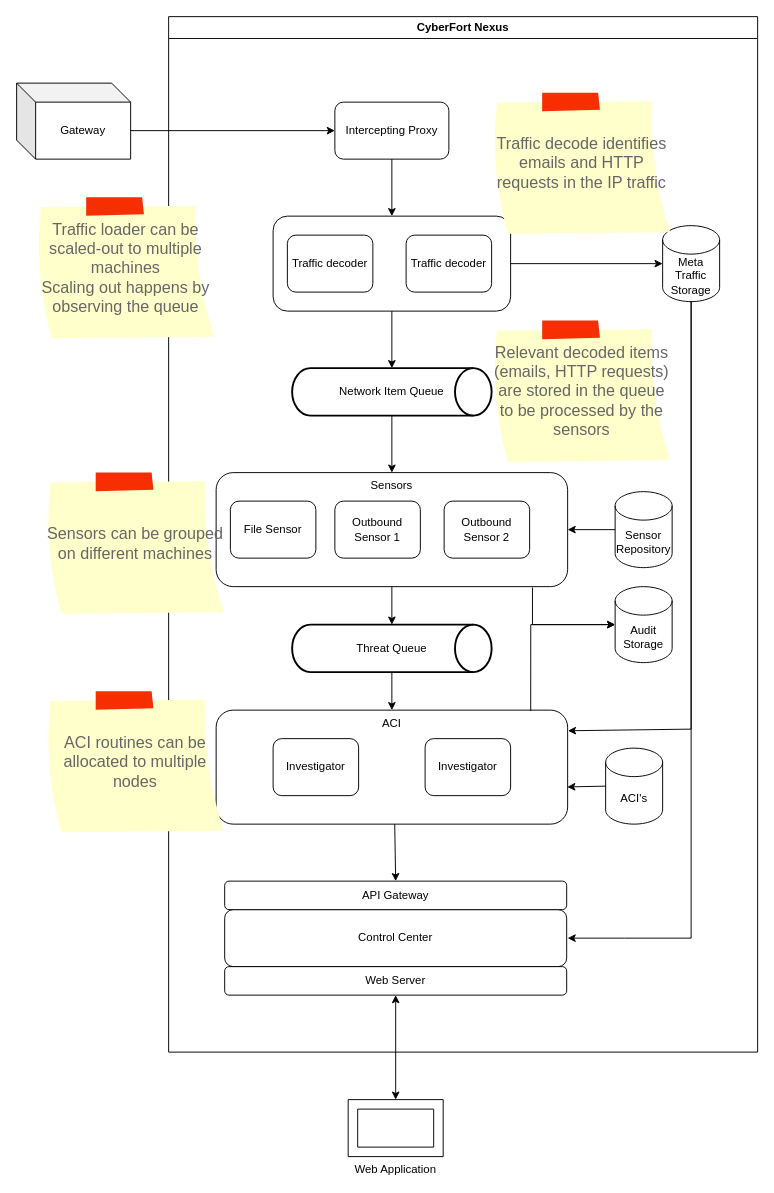
anhoppe/ArchitectureTraining keeps this draw.io diagram as page "Development View" (2 of 7) of diagrams/CyberFortNexus.drawio. Above is the earlier version. Source tidied: cells renumbered, new cells numbered last; positions are measured from the earlier drawing's top-left corner, leaving out a move shared by most shapes. Both pictures are drawn from the tidied source at 95%, with x=0, y=0 at pixel (16, 16).
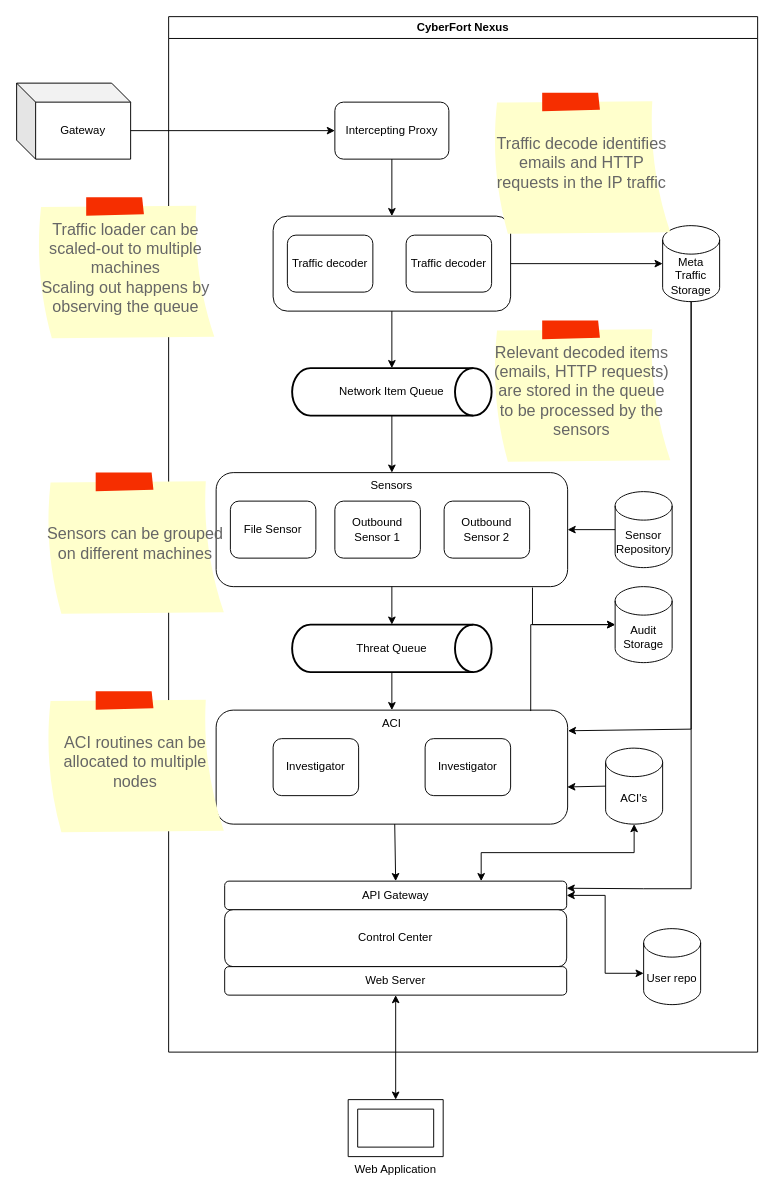
Above is the later version.

Unchanged cells that the change refers to:
```xml
<mxCell id="2" value="CyberFort Nexus" style="swimlane;whiteSpace=wrap;html=1;fillColor=none;" parent="1" vertex="1">
  <mxGeometry x="160" width="620" height="1090" as="geometry" />
</mxCell>
<mxCell id="7" value="Meta Traffic Storage" style="shape=cylinder3;whiteSpace=wrap;html=1;boundedLbl=1;backgroundOutline=1;size=15;" parent="2" vertex="1">
  <mxGeometry x="520" y="220" width="60" height="80" as="geometry" />
</mxCell>
<mxCell id="19" value="API Gateway" style="rounded=1;whiteSpace=wrap;html=1;" parent="2" vertex="1">
  <mxGeometry x="59" y="910" width="360" height="30" as="geometry" />
</mxCell>
<mxCell id="20" value="ACI's" style="shape=cylinder3;whiteSpace=wrap;html=1;boundedLbl=1;backgroundOutline=1;size=15;" parent="2" vertex="1">
  <mxGeometry x="460" y="770" width="60" height="80" as="geometry" />
</mxCell>
```

The edit, as a diff of the source:
```diff
@@
+    <mxCell id="45" style="endArrow=classic;html=1;rounded=0;entryX=0.75;entryY=0;entryDx=0;entryDy=0;exitX=0.5;exitY=1;exitDx=0;exitDy=0;exitPerimeter=0;edgeStyle=orthogonalEdgeStyle;startArrow=classic;startFill=1;" parent="2" edge="1" source="20" target="19">
+      <mxGeometry relative="1" as="geometry" />
+    </mxCell>
+    <mxCell id="46" value="User repo" style="shape=cylinder3;whiteSpace=wrap;html=1;boundedLbl=1;backgroundOutline=1;size=15;" parent="2" vertex="1">
+      <mxGeometry x="500" y="960" width="60" height="80" as="geometry" />
+    </mxCell>
+    <mxCell id="44" style="endArrow=classic;html=1;rounded=0;exitX=0.5;exitY=1;exitDx=0;exitDy=0;exitPerimeter=0;entryX=1;entryY=0.25;entryDx=0;entryDy=0;" parent="2" edge="1" source="7" target="19">
+      <mxGeometry relative="1" as="geometry">
+        <Array as="points">
+          <mxPoint x="550" y="918" />
+          <mxPoint x="500" y="918" />
+        </Array>
+      </mxGeometry>
+    </mxCell>
+    <mxCell id="47" style="endArrow=classic;html=1;rounded=0;entryX=1;entryY=0.5;entryDx=0;entryDy=0;exitX=0;exitY=0.588;exitDx=0;exitDy=0;exitPerimeter=0;edgeStyle=orthogonalEdgeStyle;startArrow=classic;startFill=1;" parent="2" edge="1" source="46" target="19">
+      <mxGeometry relative="1" as="geometry" />
+    </mxCell>
@@
-    <mxCell id="44" style="endArrow=classic;html=1;rounded=0;exitX=0.5;exitY=1;exitDx=0;exitDy=0;exitPerimeter=0;" parent="1" edge="1" source="7">
-      <mxGeometry relative="1" as="geometry">
-        <mxPoint x="580" y="970" as="targetPoint" />
-        <Array as="points">
-          <mxPoint x="710" y="970" />
-          <mxPoint x="640" y="970" />
-        </Array>
-      </mxGeometry>
-    </mxCell>
```
